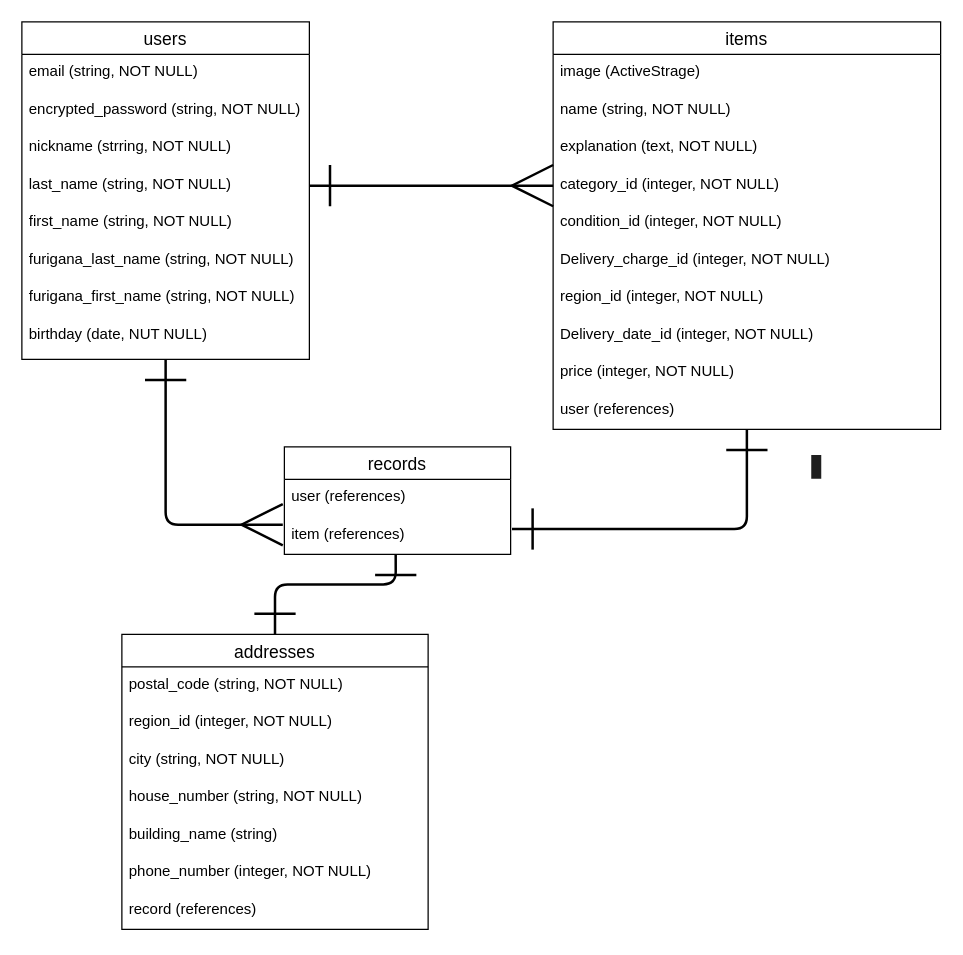
This is ER.dio from TetoraAO/furima-39584, a draw.io file, before an edit. Source tidied: cells renumbered, new cells numbered last; positions are measured from the earlier drawing's top-left corner, leaving out a move shared by most shapes. Both pictures are drawn from the tidied source at 125%, with x=0, y=0 at pixel (21, 21).
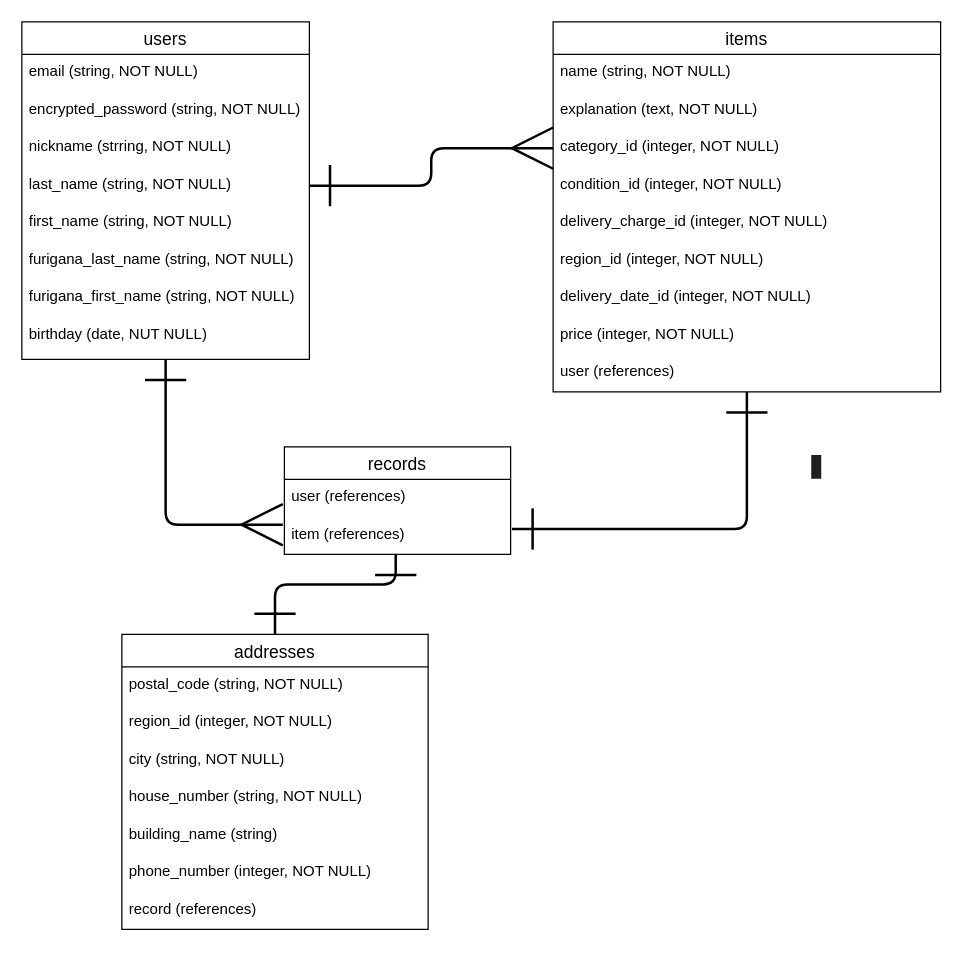
Above is the later version.

Commit message (it also covers changes not shown here):
データベース設計（修正②）

What changed in the source:
```diff
@@
     <mxCell id="13" value="items" style="swimlane;fontStyle=0;horizontal=1;startSize=26;align=center;fontSize=14;fillColor=none;" parent="1" vertex="1">
-      <mxGeometry x="425" width="310" height="326" as="geometry" />
+      <mxGeometry x="425" width="310" height="296" as="geometry" />
     </mxCell>
-    <mxCell id="14" value="image (ActiveStrage)" style="text;strokeColor=none;fillColor=none;spacingLeft=4;spacingRight=4;overflow=hidden;fontSize=12;" parent="13" vertex="1">
-      <mxGeometry y="26" width="310" height="30" as="geometry" />
-    </mxCell>
     <mxCell id="15" value="name (string, NOT NULL)" style="text;strokeColor=none;fillColor=none;spacingLeft=4;spacingRight=4;overflow=hidden;fontSize=12;" parent="13" vertex="1">
-      <mxGeometry y="56" width="310" height="30" as="geometry" />
+      <mxGeometry y="26" width="310" height="30" as="geometry" />
     </mxCell>
     <mxCell id="16" value="explanation (text, NOT NULL)" style="text;strokeColor=none;fillColor=none;spacingLeft=4;spacingRight=4;overflow=hidden;fontSize=12;" parent="13" vertex="1">
-      <mxGeometry y="86" width="310" height="30" as="geometry" />
+      <mxGeometry y="56" width="310" height="30" as="geometry" />
     </mxCell>
     <mxCell id="17" value="category_id (integer, NOT NULL)" style="text;strokeColor=none;fillColor=none;spacingLeft=4;spacingRight=4;overflow=hidden;points=[[0,0.5],[1,0.5]];portConstraint=eastwest;fontSize=12;" parent="13" vertex="1">
-      <mxGeometry y="116" width="310" height="30" as="geometry" />
+      <mxGeometry y="86" width="310" height="30" as="geometry" />
     </mxCell>
     <mxCell id="18" value="condition_id (integer, NOT NULL)" style="text;strokeColor=none;fillColor=none;spacingLeft=4;spacingRight=4;overflow=hidden;fontSize=12;" parent="13" vertex="1">
-      <mxGeometry y="146" width="310" height="30" as="geometry" />
+      <mxGeometry y="116" width="310" height="30" as="geometry" />
     </mxCell>
-    <mxCell id="19" value="Delivery_charge_id (integer, NOT NULL)" style="text;strokeColor=none;fillColor=none;spacingLeft=4;spacingRight=4;overflow=hidden;fontSize=12;" parent="13" vertex="1">
-      <mxGeometry y="176" width="310" height="30" as="geometry" />
+    <mxCell id="19" value="delivery_charge_id (integer, NOT NULL)" style="text;strokeColor=none;fillColor=none;spacingLeft=4;spacingRight=4;overflow=hidden;fontSize=12;" parent="13" vertex="1">
+      <mxGeometry y="146" width="310" height="30" as="geometry" />
     </mxCell>
     <mxCell id="20" value="region_id (integer, NOT NULL)" style="text;strokeColor=none;fillColor=none;spacingLeft=4;spacingRight=4;overflow=hidden;fontSize=12;" parent="13" vertex="1">
-      <mxGeometry y="206" width="310" height="30" as="geometry" />
+      <mxGeometry y="176" width="310" height="30" as="geometry" />
     </mxCell>
-    <mxCell id="21" value="Delivery_date_id (integer, NOT NULL)" style="text;strokeColor=none;fillColor=none;spacingLeft=4;spacingRight=4;overflow=hidden;fontSize=12;" parent="13" vertex="1">
-      <mxGeometry y="236" width="310" height="30" as="geometry" />
+    <mxCell id="21" value="delivery_date_id (integer, NOT NULL)" style="text;strokeColor=none;fillColor=none;spacingLeft=4;spacingRight=4;overflow=hidden;fontSize=12;" parent="13" vertex="1">
+      <mxGeometry y="206" width="310" height="30" as="geometry" />
     </mxCell>
     <mxCell id="22" value="price (integer, NOT NULL)" style="text;strokeColor=none;fillColor=none;spacingLeft=4;spacingRight=4;overflow=hidden;fontSize=12;" parent="13" vertex="1">
-      <mxGeometry y="266" width="310" height="30" as="geometry" />
+      <mxGeometry y="236" width="310" height="30" as="geometry" />
     </mxCell>
     <mxCell id="23" value="user (references)" style="text;strokeColor=none;fillColor=none;spacingLeft=4;spacingRight=4;overflow=hidden;fontSize=12;" parent="13" vertex="1">
-      <mxGeometry y="296" width="310" height="30" as="geometry" />
+      <mxGeometry y="266" width="310" height="30" as="geometry" />
     </mxCell>
```
